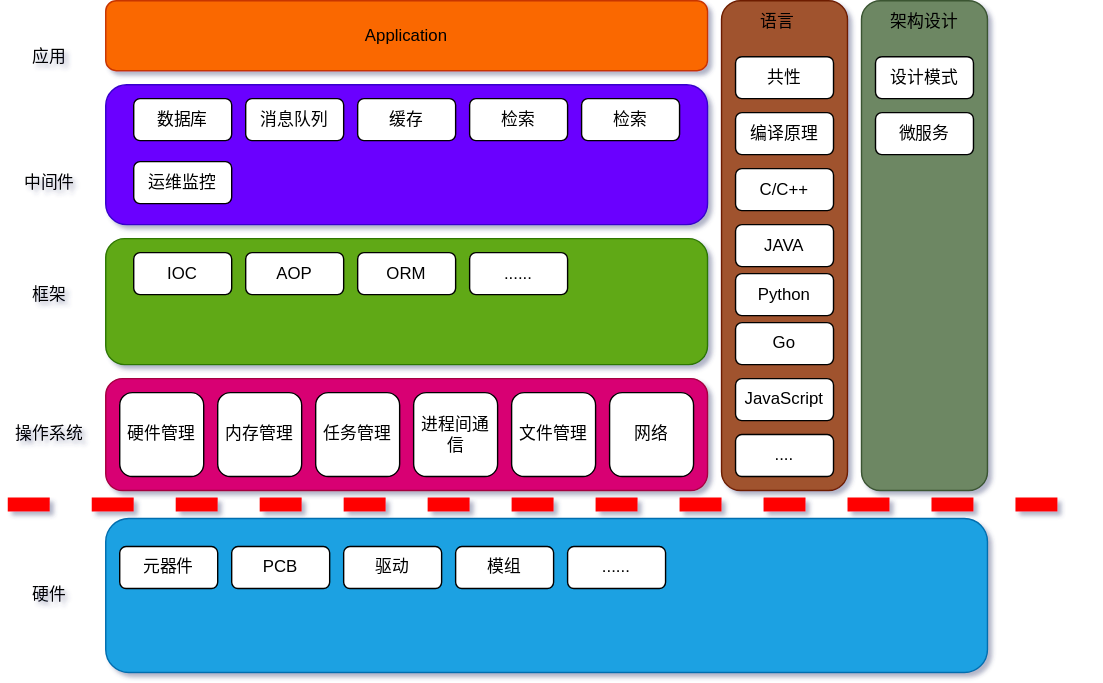
lzk90s/lzk90s.github.io keeps this draw.io diagram as program/summary.svg. Above is the earlier version. Source tidied: cells renumbered, new cells last; positions are measured from the earlier drawing's top-left corner, leaving out a move shared by most shapes.
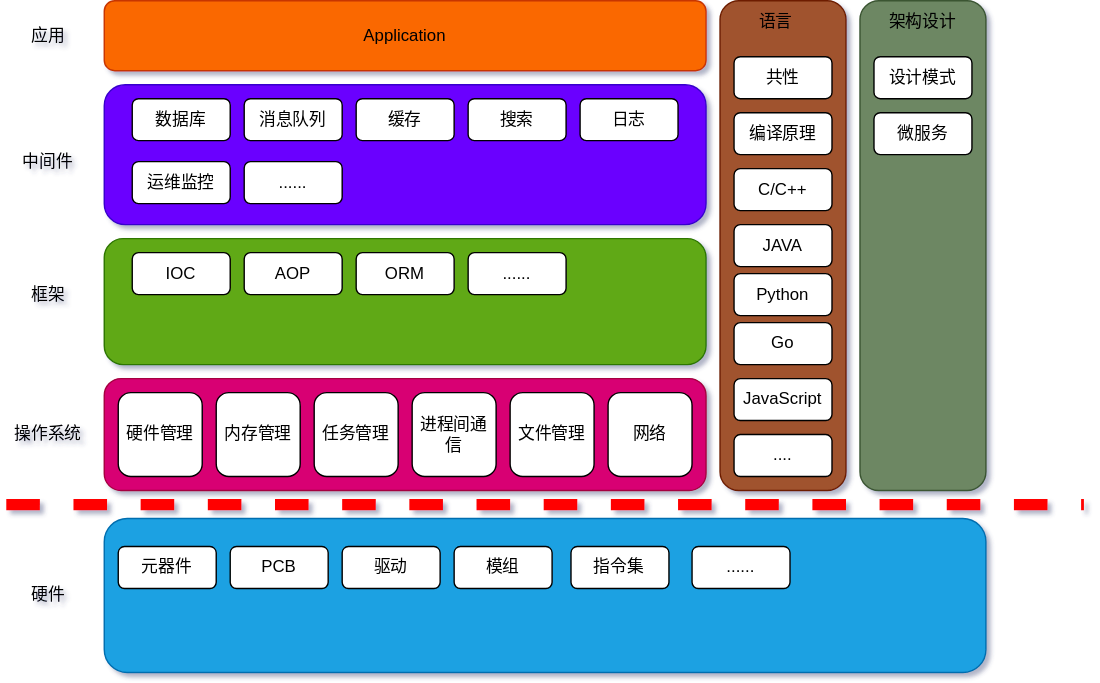
Above is the later version.

Change to the diagram source:
```diff
@@ -5,7 +5,7 @@
     <mxCell id="2" style="whiteSpace=wrap;html=1;fillColor=#1ba1e2;fontColor=#ffffff;strokeColor=#006EAF;rounded=1;" parent="1" vertex="1">
       <mxGeometry x="70" y="370" width="630" height="110" as="geometry" />
     </mxCell>
-    <mxCell id="3" style="endArrow=none;dashed=1;html=1;fillColor=#d80073;strokeColor=#FF0000;strokeWidth=10;" parent="1" edge="1">
+    <mxCell id="3" style="endArrow=none;dashed=1;html=1;fillColor=#d80073;strokeColor=#FF0000;strokeWidth=8;" parent="1" edge="1">
       <mxGeometry relative="1" as="geometry">
         <mxPoint y="360" as="sourcePoint" />
         <mxPoint x="770" y="360" as="targetPoint" />
@@ -36,10 +36,10 @@
       <mxGeometry x="70" y="60" width="430" height="100" as="geometry" />
     </mxCell>
     <mxCell id="12" value="中间件" style="text;html=1;strokeColor=none;fillColor=none;align=center;verticalAlign=middle;whiteSpace=wrap;rounded=1;" parent="1" vertex="1">
-      <mxGeometry y="115" width="60" height="30" as="geometry" />
+      <mxGeometry y="100" width="60" height="30" as="geometry" />
     </mxCell>
     <mxCell id="13" value="应用" style="text;html=1;strokeColor=none;fillColor=none;align=center;verticalAlign=middle;whiteSpace=wrap;rounded=1;" parent="1" vertex="1">
-      <mxGeometry y="25" width="60" height="30" as="geometry" />
+      <mxGeometry y="10" width="60" height="30" as="geometry" />
     </mxCell>
     <mxCell id="14" value="语言" style="text;html=1;strokeColor=none;fillColor=none;align=center;verticalAlign=middle;whiteSpace=wrap;rounded=1;" parent="1" vertex="1">
       <mxGeometry x="520" width="60" height="30" as="geometry" />
@@ -80,10 +80,10 @@
     <mxCell id="26" value="缓存" style="whiteSpace=wrap;html=1;rounded=1;" parent="1" vertex="1">
       <mxGeometry x="250" y="70" width="70" height="30" as="geometry" />
     </mxCell>
-    <mxCell id="27" value="检索" style="whiteSpace=wrap;html=1;rounded=1;" parent="1" vertex="1">
+    <mxCell id="27" value="搜索" style="whiteSpace=wrap;html=1;rounded=1;" parent="1" vertex="1">
       <mxGeometry x="330" y="70" width="70" height="30" as="geometry" />
     </mxCell>
-    <mxCell id="28" value="检索" style="whiteSpace=wrap;html=1;rounded=1;" parent="1" vertex="1">
+    <mxCell id="28" value="日志" style="whiteSpace=wrap;html=1;rounded=1;" parent="1" vertex="1">
       <mxGeometry x="410" y="70" width="70" height="30" as="geometry" />
     </mxCell>
     <mxCell id="29" value="架构设计" style="text;html=1;strokeColor=none;fillColor=none;align=center;verticalAlign=middle;whiteSpace=wrap;rounded=1;" parent="1" vertex="1">
@@ -141,7 +141,13 @@
       <mxGeometry x="320" y="390" width="70" height="30" as="geometry" />
     </mxCell>
     <mxCell id="47" value="......" style="whiteSpace=wrap;html=1;rounded=1;" parent="1" vertex="1">
-      <mxGeometry x="400" y="390" width="70" height="30" as="geometry" />
+      <mxGeometry x="490" y="390" width="70" height="30" as="geometry" />
     </mxCell>
+    <mxCell id="48" value="指令集" style="whiteSpace=wrap;html=1;rounded=1;" parent="1" vertex="1">
+      <mxGeometry x="403.5" y="390" width="70" height="30" as="geometry" />
+    </mxCell>
+    <mxCell id="49" value="......" style="whiteSpace=wrap;html=1;rounded=1;" parent="1" vertex="1">
+      <mxGeometry x="170" y="115" width="70" height="30" as="geometry" />
+    </mxCell>
   </root>
 </mxGraphModel>
```
